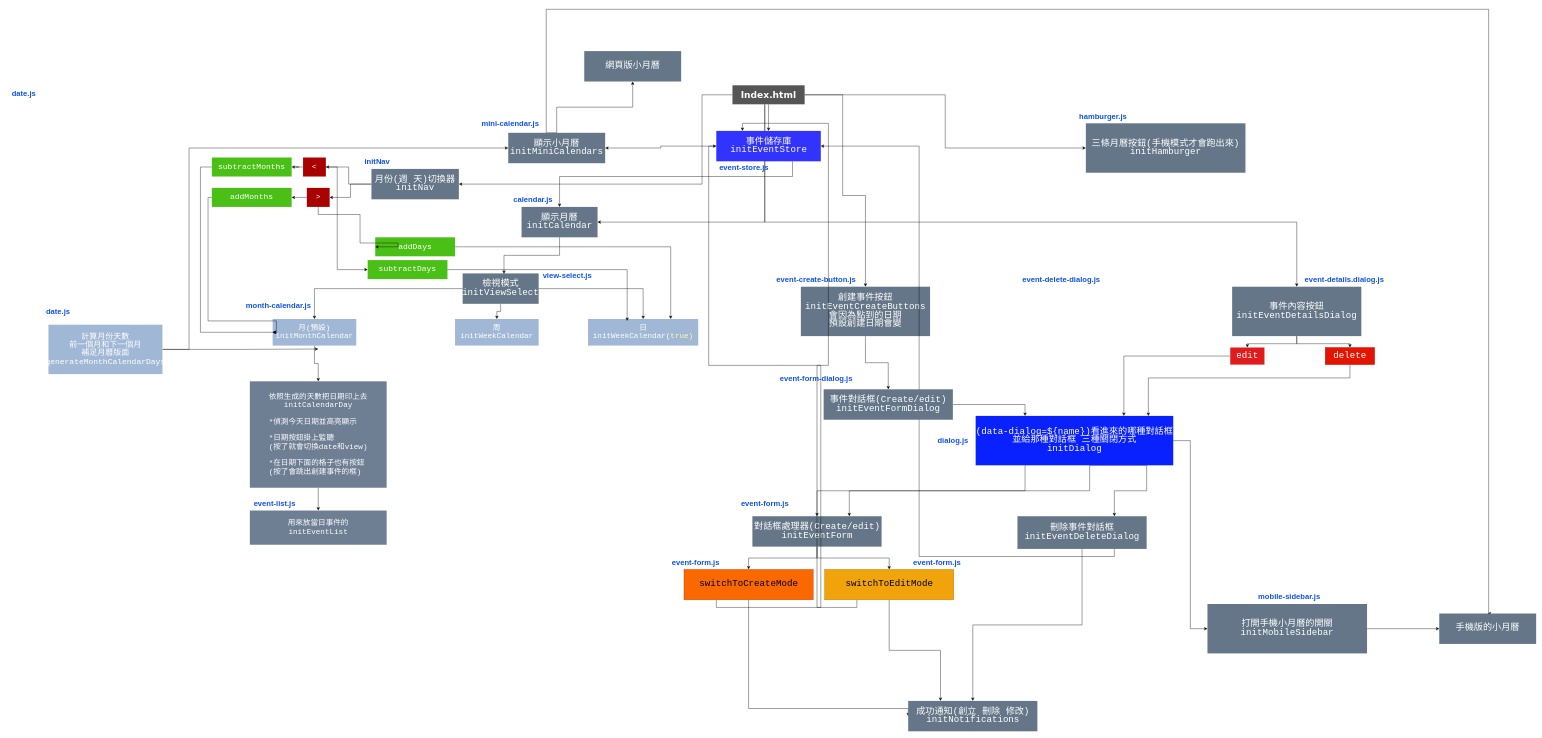
SonicHsu/CalendarApp keeps this draw.io diagram as Calendar.drawio. Above is the earlier version. Source tidied: cells renumbered, new cells numbered last; positions are measured from the earlier drawing's top-left corner, leaving out a move shared by most shapes. Both pictures are drawn from the tidied source at 38%, with x=0, y=0 at pixel (6, 9).
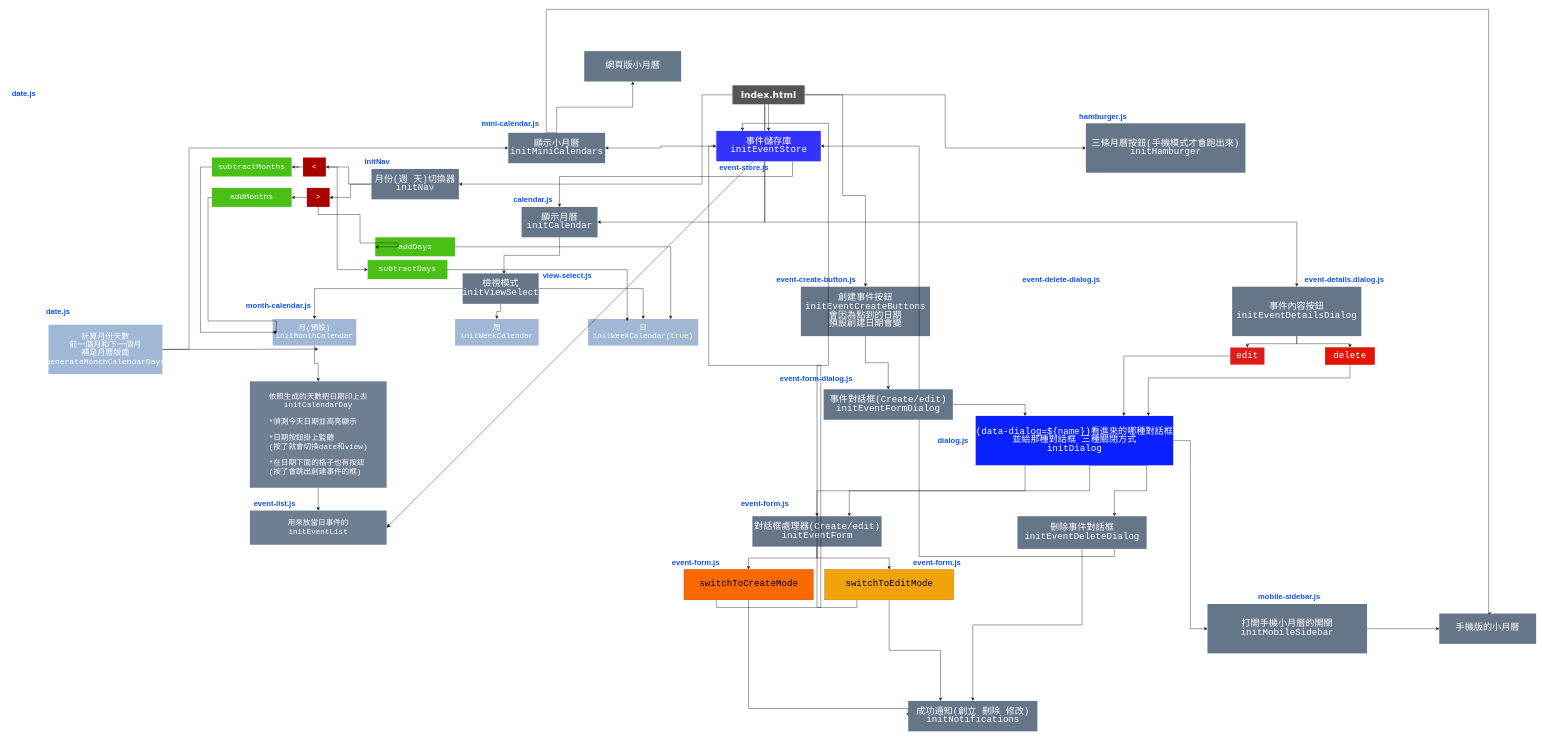
The same page after the edit.

The change refers to these unchanged cells:
```xml
<mxCell id="22" value="&lt;div style=&quot;line-height: 19px;&quot;&gt;&lt;div style=&quot;line-height: 19px;&quot;&gt;&lt;font face=&quot;Consolas, Courier New, monospace&quot;&gt;&lt;span style=&quot;font-size: 20px; white-space: pre;&quot;&gt;用來放當日事件的&lt;/span&gt;&lt;/font&gt;&lt;/div&gt;&lt;div style=&quot;line-height: 19px;&quot;&gt;&lt;font face=&quot;Consolas, Courier New, monospace&quot;&gt;&lt;span style=&quot;font-size: 20px; white-space: pre;&quot;&gt;initEventList&lt;/span&gt;&lt;/font&gt;&lt;/div&gt;&lt;/div&gt;" style="rounded=0;whiteSpace=wrap;html=1;fillColor=#6E7E93;strokeColor=none;fontColor=#ffffff;strokeWidth=1;" parent="1" vertex="1">
  <mxGeometry x="640" y="1319" width="360" height="90" as="geometry" />
</mxCell>
<mxCell id="92" value="&lt;div style=&quot;font-family: Consolas, &amp;quot;Courier New&amp;quot;, monospace; line-height: 19px; white-space: pre;&quot;&gt;&lt;span style=&quot;font-size: 24px;&quot;&gt;事件儲存庫&lt;/span&gt;&lt;/div&gt;&lt;div style=&quot;font-family: Consolas, &amp;quot;Courier New&amp;quot;, monospace; line-height: 19px; white-space: pre;&quot;&gt;&lt;font style=&quot;color: rgb(255, 255, 255); font-size: 24px;&quot;&gt;initEventStore&lt;/font&gt;&lt;/div&gt;" style="rounded=0;whiteSpace=wrap;html=1;fillColor=#3333FF;strokeColor=none;fontColor=#ffffff;" parent="1" vertex="1">
  <mxGeometry x="1867.5" y="320" width="275" height="80" as="geometry" />
</mxCell>
```

What changed in the source:
```diff
@@
+    <mxCell id="101" style="edgeStyle=none;curved=1;rounded=0;jettySize=auto;html=1;entryX=1;entryY=0.5;entryDx=0;entryDy=0;fontSize=12;startSize=8;endSize=8;" parent="1" edge="1" source="92" target="22">
+      <mxGeometry relative="1" as="geometry" />
+    </mxCell>
```
